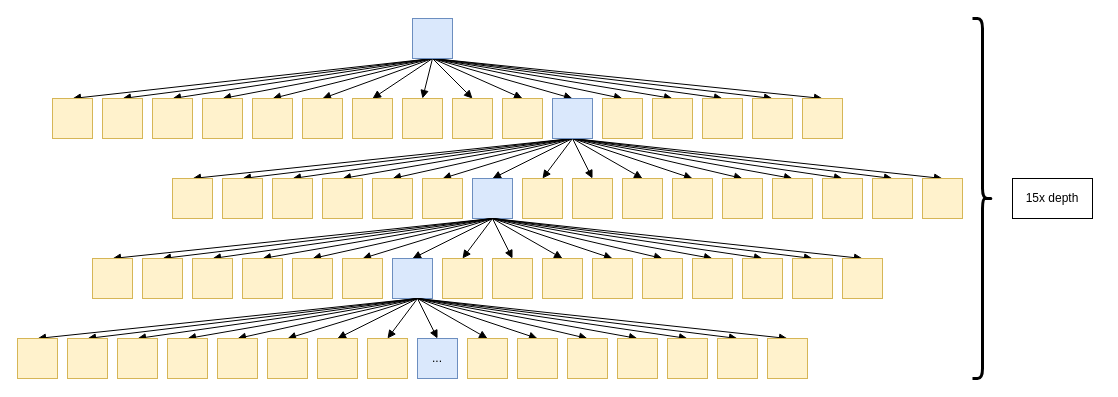
The draw.io diagram confs/ethonline21/merkle.drawio in gballet/presentations, before the edit. Source tidied: cells renumbered, new cells numbered last; positions are measured from the earlier drawing's top-left corner, leaving out a move shared by most shapes. Both pictures are drawn from the tidied source at 100%, with x=0, y=0 at pixel (17, 18).
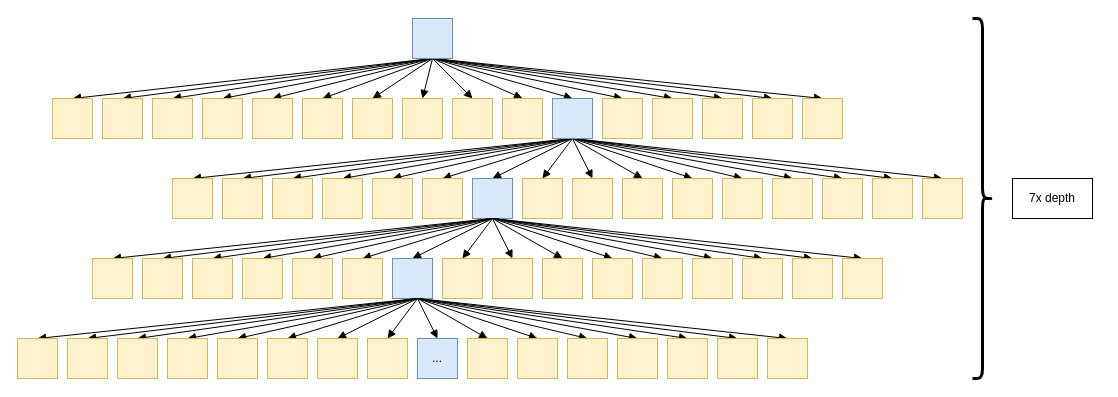
The same diagram, later.

Commit message (it also covers changes not shown here):
verkle and merkle redraw

Change to the diagram source:
```diff
@@
-    <mxCell id="132" value="15x depth" style="rounded=0;whiteSpace=wrap;html=1;strokeWidth=1;" parent="1" vertex="1">
+    <mxCell id="132" value="7x depth" style="rounded=0;whiteSpace=wrap;html=1;strokeWidth=1;" parent="1" vertex="1">
       <mxGeometry x="995" y="160" width="80" height="40" as="geometry" />
     </mxCell>
```
